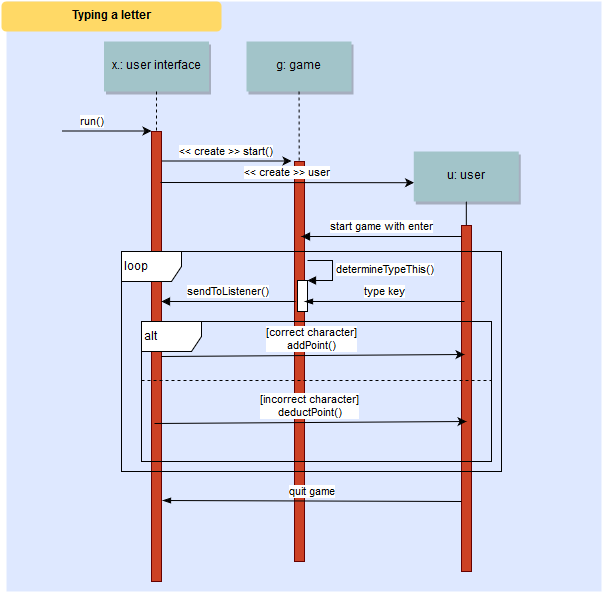
MelDv/TypeTutor keeps this draw.io diagram as dokumentaatio/sekvenssikaavio1.png. Above is the earlier version. Source tidied: cells renumbered, new cells last; positions are measured from the earlier drawing's top-left corner, leaving out a move shared by most shapes. The source it was exported from:
```xml
<mxGraphModel background="#ffffff">
  <root>
    <mxCell id="0" />
    <mxCell id="1" parent="0" />
    <mxCell id="2" value="&amp;lt;" style="fillColor=#DEE8FF;strokeColor=none;html=1;" parent="1" vertex="1">
      <mxGeometry x="5" width="595" height="590" as="geometry" />
    </mxCell>
    <mxCell id="3" style="fillColor=#CC4125;strokeColor=#660000;html=1;" parent="1" vertex="1">
      <mxGeometry x="150" y="130" width="10" height="450" as="geometry" />
    </mxCell>
    <mxCell id="4" value="run()" style="edgeStyle=none;verticalLabelPosition=top;verticalAlign=bottom;labelPosition=left;align=right;html=1;" parent="1" edge="1">
      <mxGeometry x="120" y="59.5" as="geometry">
        <mxPoint x="60" y="129.5" as="sourcePoint" />
        <mxPoint x="150" y="129.5" as="targetPoint" />
      </mxGeometry>
    </mxCell>
    <mxCell id="5" value="x.: user interface&lt;br&gt;" style="shadow=1;fillColor=#A2C4C9;strokeColor=none;html=1;" parent="1" vertex="1">
      <mxGeometry x="102.5" y="40" width="105" height="50" as="geometry" />
    </mxCell>
    <mxCell id="6" style="fillColor=#CC4125;strokeColor=#660000;html=1;" parent="1" vertex="1">
      <mxGeometry x="293" y="160" width="10" height="400" as="geometry" />
    </mxCell>
    <mxCell id="7" value="g: game&lt;br&gt;" style="shadow=1;fillColor=#A2C4C9;strokeColor=none;html=1;" parent="1" vertex="1">
      <mxGeometry x="245" y="40" width="105" height="50" as="geometry" />
    </mxCell>
    <mxCell id="8" style="edgeStyle=none;endArrow=none;dashed=1;html=1;" parent="1" edge="1" source="7" target="6">
      <mxGeometry x="282.3" y="175" as="geometry" />
    </mxCell>
    <mxCell id="9" value="&amp;lt;&amp;lt; create &amp;gt;&amp;gt; start()&lt;br&gt;" style="edgeStyle=none;verticalLabelPosition=top;verticalAlign=bottom;html=1;" parent="1" edge="1">
      <mxGeometry x="230" y="102" as="geometry">
        <mxPoint x="160" y="159.5" as="sourcePoint" />
        <mxPoint x="290" y="159.5" as="targetPoint" />
      </mxGeometry>
    </mxCell>
    <mxCell id="10" value="&amp;lt;&amp;lt; create &amp;gt;&amp;gt; user&lt;br&gt;" style="edgeStyle=none;verticalLabelPosition=top;verticalAlign=bottom;html=1;" parent="1" edge="1">
      <mxGeometry x="395.5" y="123.9" as="geometry">
        <mxPoint x="159" y="181" as="sourcePoint" />
        <mxPoint x="412.5" y="181.2" as="targetPoint" />
      </mxGeometry>
    </mxCell>
    <mxCell id="11" value="u: user&lt;br&gt;" style="shadow=1;fillColor=#A2C4C9;strokeColor=none;html=1;" parent="1" vertex="1">
      <mxGeometry x="412.3" y="150" width="105" height="50" as="geometry" />
    </mxCell>
    <mxCell id="12" style="edgeStyle=none;endArrow=none;html=1;" parent="1" edge="1" source="11" target="13">
      <mxGeometry x="447" y="280" as="geometry" />
    </mxCell>
    <mxCell id="13" style="fillColor=#CC4125;strokeColor=#660000;html=1;" parent="1" vertex="1">
      <mxGeometry x="460" y="224" width="10" height="346" as="geometry" />
    </mxCell>
    <mxCell id="14" style="edgeStyle=elbowEdgeStyle;elbow=horizontal;endArrow=none;dashed=1;html=1;" parent="1" edge="1" source="5" target="3">
      <mxGeometry x="240" y="320" as="geometry" />
    </mxCell>
    <mxCell id="15" value="Typing a letter&lt;br&gt;" style="rounded=1;fontStyle=1;fillColor=#FFD966;strokeColor=none;html=1;" parent="1" vertex="1">
      <mxGeometry width="220" height="30" as="geometry" />
    </mxCell>
    <mxCell id="16" value="start game with enter&lt;br&gt;" style="edgeStyle=elbowEdgeStyle;elbow=horizontal;verticalLabelPosition=top;verticalAlign=bottom;html=1;endArrow=none;endFill=0;startArrow=block;startFill=1;" parent="1" edge="1">
      <mxGeometry x="228" y="224.7" as="geometry">
        <mxPoint x="300" y="235" as="sourcePoint" />
        <mxPoint x="460" y="235" as="targetPoint" />
        <Array as="points">
          <mxPoint x="380" y="225" />
        </Array>
      </mxGeometry>
    </mxCell>
    <mxCell id="17" value="quit game&lt;br&gt;" style="elbow=vertical;verticalLabelPosition=top;verticalAlign=bottom;html=1;endArrow=none;endFill=0;startArrow=blockThin;startFill=1;exitX=1.1;exitY=0.82;exitPerimeter=0;" parent="1" edge="1" source="3">
      <mxGeometry x="106" y="474.7" as="geometry">
        <mxPoint x="460" y="500" as="targetPoint" />
      </mxGeometry>
    </mxCell>
    <mxCell id="18" style="html=1;points=[];perimeter=orthogonalPerimeter;align=left;" parent="1" vertex="1">
      <mxGeometry x="296" y="279" width="10" height="31" as="geometry" />
    </mxCell>
    <mxCell id="19" value="determineTypeThis()&lt;br&gt;" style="edgeStyle=orthogonalEdgeStyle;html=1;align=left;spacingLeft=2;endArrow=block;rounded=0;entryX=1;entryY=0;" parent="1" edge="1" target="18">
      <mxGeometry relative="1" as="geometry">
        <mxPoint x="306" y="259" as="sourcePoint" />
        <Array as="points">
          <mxPoint x="306" y="259" />
          <mxPoint x="331" y="259" />
          <mxPoint x="331" y="279" />
        </Array>
      </mxGeometry>
    </mxCell>
    <mxCell id="20" value="loop" style="shape=umlFrame;whiteSpace=wrap;html=1;align=left;" parent="1" vertex="1">
      <mxGeometry x="120" y="250" width="380" height="220" as="geometry" />
    </mxCell>
    <mxCell id="21" value="sendToListener()" style="elbow=horizontal;verticalLabelPosition=top;verticalAlign=bottom;html=1;endArrow=none;endFill=0;startArrow=block;startFill=1;" parent="1" edge="1">
      <mxGeometry x="88" y="274.7" as="geometry">
        <mxPoint x="160" y="300" as="sourcePoint" />
        <mxPoint x="294" y="300" as="targetPoint" />
      </mxGeometry>
    </mxCell>
    <mxCell id="22" value="type key&lt;br&gt;" style="elbow=vertical;verticalLabelPosition=top;verticalAlign=bottom;html=1;endArrow=none;endFill=0;startArrow=blockThin;startFill=1;" parent="1" edge="1">
      <mxGeometry x="109" y="274.7" as="geometry">
        <mxPoint x="303" y="300" as="sourcePoint" />
        <mxPoint x="463" y="300" as="targetPoint" />
      </mxGeometry>
    </mxCell>
    <mxCell id="23" value="alt" style="shape=umlFrame;whiteSpace=wrap;html=1;align=left;" parent="1" vertex="1">
      <mxGeometry x="140" y="320" width="350" height="140" as="geometry" />
    </mxCell>
    <mxCell id="24" value="[correct character]&lt;br&gt;addPoint()" style="edgeStyle=none;verticalLabelPosition=top;verticalAlign=bottom;html=1;entryX=0.3;entryY=0.373;entryPerimeter=0;exitX=1;exitY=0.5;" parent="1" edge="1" source="3" target="13">
      <mxGeometry as="geometry">
        <mxPoint x="-1" as="offset" />
      </mxGeometry>
    </mxCell>
    <mxCell id="25" style="line;html=1;strokeWidth=1;fillColor=none;align=left;verticalAlign=middle;spacingTop=-1;spacingLeft=3;spacingRight=3;labelPosition=right;dashed=1;" parent="1" vertex="1">
      <mxGeometry x="140" y="375" width="350" height="8" as="geometry" />
    </mxCell>
    <mxCell id="26" value="[incorrect character]&lt;br&gt;deductPoint()" style="edgeStyle=none;verticalLabelPosition=top;verticalAlign=bottom;html=1;entryX=0.3;entryY=0.373;entryPerimeter=0;exitX=0.3;exitY=0.649;exitPerimeter=0;" parent="1" edge="1" source="3">
      <mxGeometry x="2" y="67" as="geometry">
        <mxPoint x="465" y="420" as="targetPoint" />
        <mxPoint x="-1" as="offset" />
      </mxGeometry>
    </mxCell>
  </root>
</mxGraphModel>
```
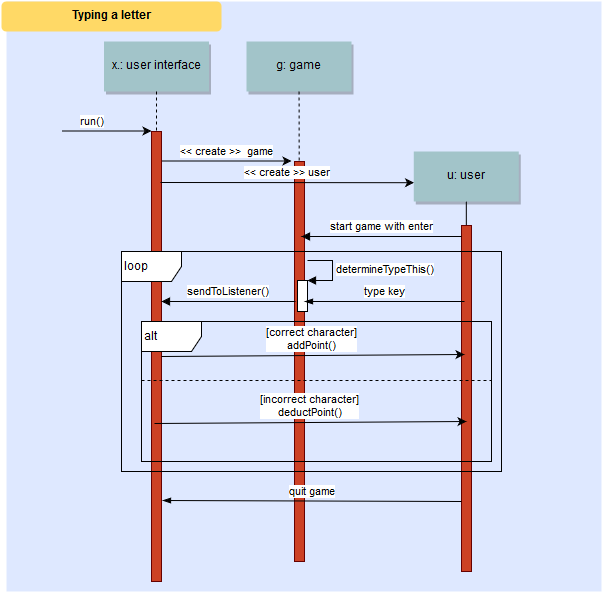
Later version of the same file.

Diff of the diagram source:
```diff
@@ -26,7 +26,7 @@
     <mxCell id="8" style="edgeStyle=none;endArrow=none;dashed=1;html=1;" parent="1" edge="1" source="7" target="6">
       <mxGeometry x="282.3" y="175" as="geometry" />
     </mxCell>
-    <mxCell id="9" value="&amp;lt;&amp;lt; create &amp;gt;&amp;gt; start()&lt;br&gt;" style="edgeStyle=none;verticalLabelPosition=top;verticalAlign=bottom;html=1;" parent="1" edge="1">
+    <mxCell id="9" value="&amp;lt;&amp;lt; create &amp;gt;&amp;gt;&amp;nbsp; game&lt;br&gt;" style="edgeStyle=none;verticalLabelPosition=top;verticalAlign=bottom;html=1;" parent="1" edge="1">
       <mxGeometry x="230" y="102" as="geometry">
         <mxPoint x="160" y="159.5" as="sourcePoint" />
         <mxPoint x="290" y="159.5" as="targetPoint" />
```
